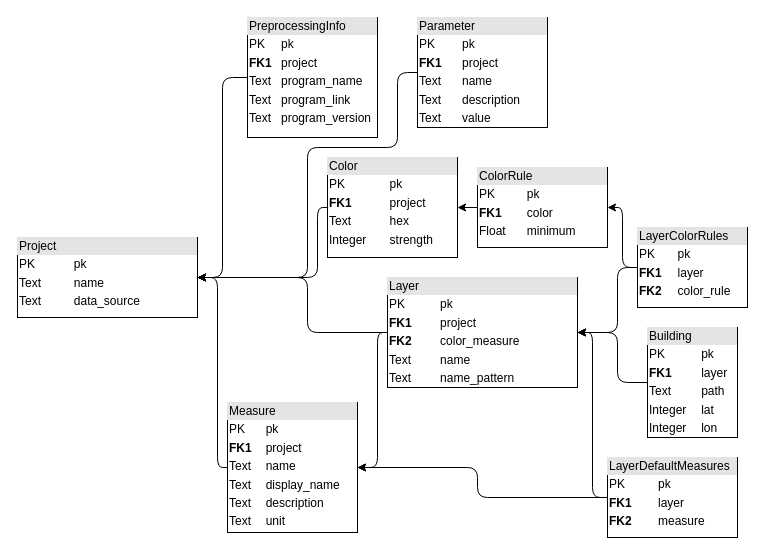
Before: documentación/Entidad-relacion.drawio in Calcoph/visualizador-potencial-fotovoltaico, a draw.io diagram. Source tidied: cells renumbered, new cells numbered last; positions are measured from the earlier drawing's top-left corner, leaving out a move shared by most shapes. Both pictures are drawn from the tidied source at 100%, with x=0, y=0 at pixel (17, 17).
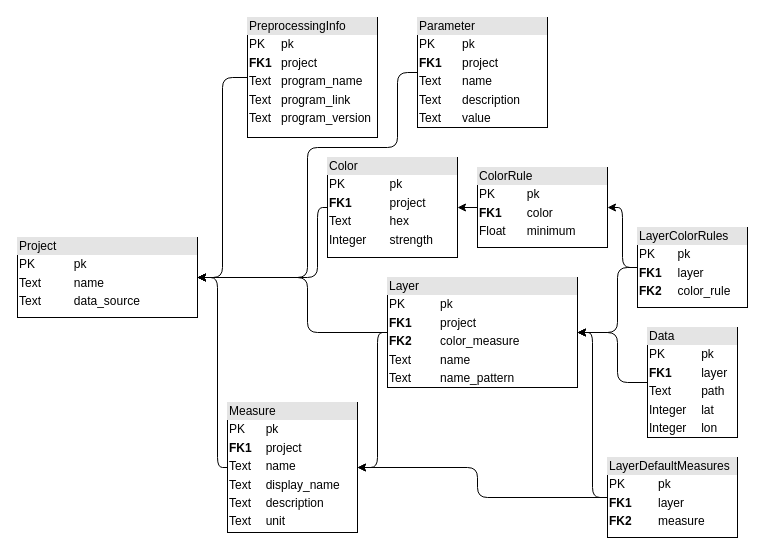
The same page after the edit.

The edit, as a diff of the source:
```diff
@@
-    <mxCell id="17" value="&lt;div style=&quot;box-sizing:border-box;width:100%;background:#e4e4e4;padding:2px;&quot;&gt;Building&lt;/div&gt;&lt;table style=&quot;width:100%;font-size:1em;&quot; cellpadding=&quot;2&quot; cellspacing=&quot;0&quot;&gt;&lt;tbody&gt;&lt;tr&gt;&lt;td&gt;PK&lt;/td&gt;&lt;td&gt;pk&lt;/td&gt;&lt;/tr&gt;&lt;tr&gt;&lt;td&gt;&lt;b&gt;FK1&lt;/b&gt;&lt;/td&gt;&lt;td&gt;layer&lt;/td&gt;&lt;/tr&gt;&lt;tr&gt;&lt;td&gt;Text&lt;/td&gt;&lt;td&gt;path&lt;/td&gt;&lt;/tr&gt;&lt;tr&gt;&lt;td&gt;Integer&lt;/td&gt;&lt;td&gt;lat&lt;/td&gt;&lt;/tr&gt;&lt;tr&gt;&lt;td&gt;Integer&lt;/td&gt;&lt;td&gt;lon&lt;/td&gt;&lt;/tr&gt;&lt;/tbody&gt;&lt;/table&gt;" style="verticalAlign=top;align=left;overflow=fill;html=1;" parent="1" vertex="1">
+    <mxCell id="17" value="&lt;div style=&quot;box-sizing: border-box; width: 100%; background: rgb(228, 228, 228); padding: 2px;&quot;&gt;Data&lt;/div&gt;&lt;table style=&quot;width:100%;font-size:1em;&quot; cellpadding=&quot;2&quot; cellspacing=&quot;0&quot;&gt;&lt;tbody&gt;&lt;tr&gt;&lt;td&gt;PK&lt;/td&gt;&lt;td&gt;pk&lt;/td&gt;&lt;/tr&gt;&lt;tr&gt;&lt;td&gt;&lt;b&gt;FK1&lt;/b&gt;&lt;/td&gt;&lt;td&gt;layer&lt;/td&gt;&lt;/tr&gt;&lt;tr&gt;&lt;td&gt;Text&lt;/td&gt;&lt;td&gt;path&lt;/td&gt;&lt;/tr&gt;&lt;tr&gt;&lt;td&gt;Integer&lt;/td&gt;&lt;td&gt;lat&lt;/td&gt;&lt;/tr&gt;&lt;tr&gt;&lt;td&gt;Integer&lt;/td&gt;&lt;td&gt;lon&lt;/td&gt;&lt;/tr&gt;&lt;/tbody&gt;&lt;/table&gt;" style="verticalAlign=top;align=left;overflow=fill;html=1;" parent="1" vertex="1">
       <mxGeometry x="630" y="310" width="90" height="110" as="geometry" />
     </mxCell>
```
